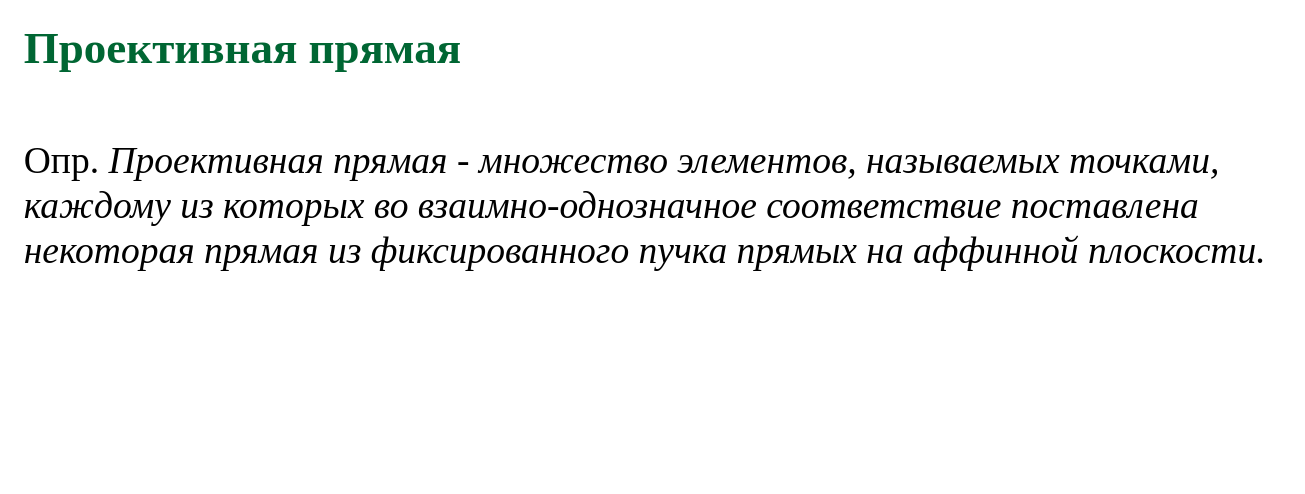
Above: page "p075" (8 of 19) of slides/proj.drawio in amcp-pit/geom_course (draw.io), before the change. Source tidied: cells renumbered, new cells numbered last; positions are measured from the earlier drawing's top-left corner, leaving out a move shared by most shapes. Both pictures are drawn from the tidied source at 125%, with x=0, y=0 at pixel (21, 35).
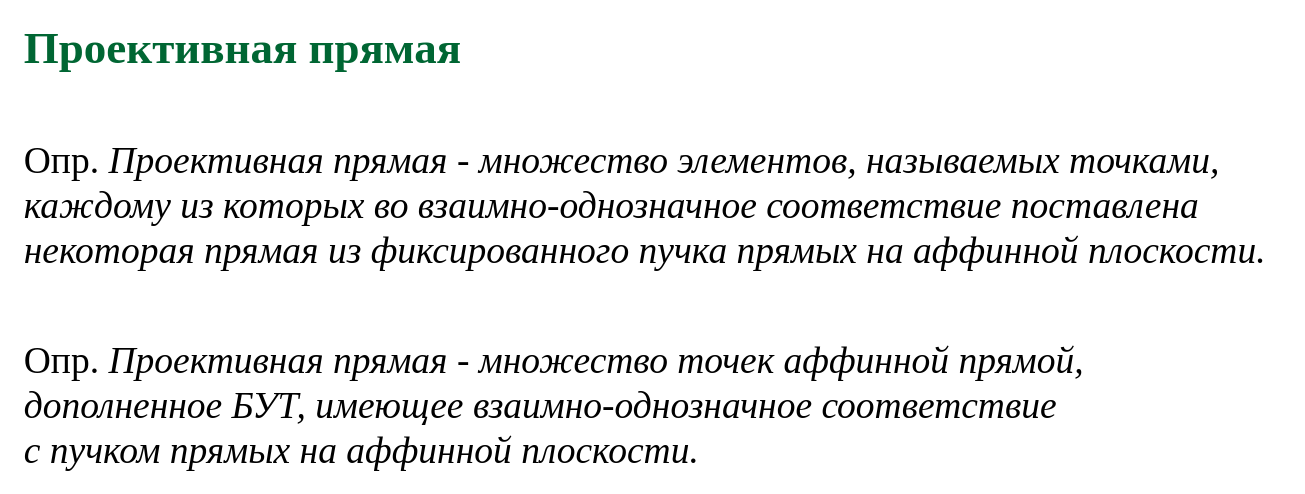
The same diagram, later.

What changed in the source:
```diff
@@
 <mxGraphModel>
   <root>
     <mxCell id="0" />
     <mxCell id="1" parent="0" />
     <mxCell id="2" value="&lt;div style=&quot;text-align: justify ; font-size: 30px&quot;&gt;&lt;span style=&quot;font-family: &amp;#34;times new roman&amp;#34;&quot;&gt;&lt;font style=&quot;font-size: 30px&quot;&gt;Опр. &lt;i&gt;Проективная прямая - множество элементов, называемых точками,&lt;/i&gt;&lt;/font&gt;&lt;/span&gt;&lt;/div&gt;&lt;div style=&quot;text-align: justify ; font-size: 30px&quot;&gt;&lt;span style=&quot;font-family: &amp;#34;times new roman&amp;#34;&quot;&gt;&lt;i&gt;&lt;font style=&quot;font-size: 30px&quot;&gt;каждому из которых во взаимно-однозначное соответствие поставлена&amp;nbsp;&lt;/font&gt;&lt;/i&gt;&lt;/span&gt;&lt;/div&gt;&lt;div style=&quot;text-align: justify ; font-size: 30px&quot;&gt;&lt;span style=&quot;font-family: &amp;#34;times new roman&amp;#34;&quot;&gt;&lt;i&gt;&lt;font style=&quot;font-size: 30px&quot;&gt;некоторая прямая&amp;nbsp;&lt;/font&gt;&lt;/i&gt;&lt;/span&gt;&lt;i style=&quot;font-family: &amp;#34;times new roman&amp;#34;&quot;&gt;из фиксированного пучка прямых на аффинной плоскости.&lt;/i&gt;&lt;/div&gt;" style="text;html=1;align=left;verticalAlign=middle;" parent="1" vertex="1">
       <mxGeometry y="110" width="1010" height="50" as="geometry" />
     </mxCell>
     <mxCell id="3" value="&lt;font color=&quot;#006633&quot; face=&quot;garamond&quot;&gt;&lt;span style=&quot;font-size: 36px&quot;&gt;&lt;b&gt;Проективная прямая&lt;/b&gt;&lt;/span&gt;&lt;/font&gt;" style="text;html=1;align=left;verticalAlign=middle;whiteSpace=wrap;rounded=0;" parent="1" vertex="1">
       <mxGeometry width="920" height="20" as="geometry" />
     </mxCell>
+    <mxCell id="4" value="&lt;div style=&quot;text-align: justify ; font-size: 30px&quot;&gt;&lt;span style=&quot;font-family: &amp;#34;times new roman&amp;#34;&quot;&gt;&lt;font style=&quot;font-size: 30px&quot;&gt;Опр. &lt;i&gt;Проективная прямая - множество точек аффинной прямой,&amp;nbsp;&lt;/i&gt;&lt;/font&gt;&lt;/span&gt;&lt;/div&gt;&lt;div style=&quot;text-align: justify ; font-size: 30px&quot;&gt;&lt;span style=&quot;font-family: &amp;#34;times new roman&amp;#34;&quot;&gt;&lt;font style=&quot;font-size: 30px&quot;&gt;&lt;i&gt;дополненное БУТ,&amp;nbsp;&lt;/i&gt;&lt;/font&gt;&lt;/span&gt;&lt;span style=&quot;font-family: &amp;#34;times new roman&amp;#34;&quot;&gt;&lt;i&gt;имеющее взаимно-однозначное соответствие&amp;nbsp;&lt;/i&gt;&lt;/span&gt;&lt;/div&gt;&lt;div style=&quot;text-align: justify ; font-size: 30px&quot;&gt;&lt;span style=&quot;font-family: &amp;#34;times new roman&amp;#34;&quot;&gt;&lt;i&gt;с&amp;nbsp;&lt;/i&gt;&lt;/span&gt;&lt;i style=&quot;font-family: &amp;#34;times new roman&amp;#34;&quot;&gt;пучком прямых на аффинной плоскости.&lt;/i&gt;&lt;/div&gt;" style="text;html=1;align=left;verticalAlign=middle;" parent="1" vertex="1">
+      <mxGeometry y="270" width="870" height="50" as="geometry" />
+    </mxCell>
   </root>
 </mxGraphModel>
```
